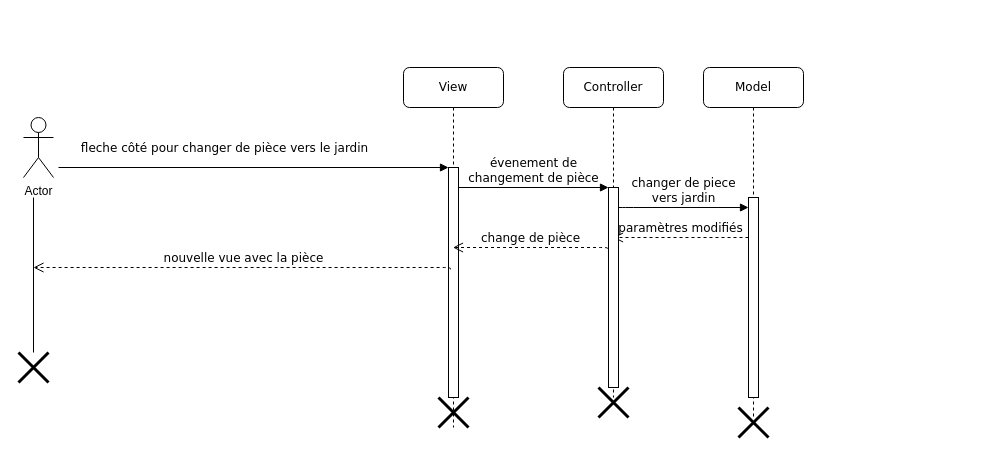
Lunki51/tamagotchi keeps this draw.io diagram as documents/changer_de_lieu.drawio. Above is the earlier version. Source tidied: cells renumbered, new cells numbered last; positions are measured from the earlier drawing's top-left corner, leaving out a move shared by most shapes. Both pictures are drawn from the tidied source at 100%, with x=0, y=0 at pixel (18, 67).
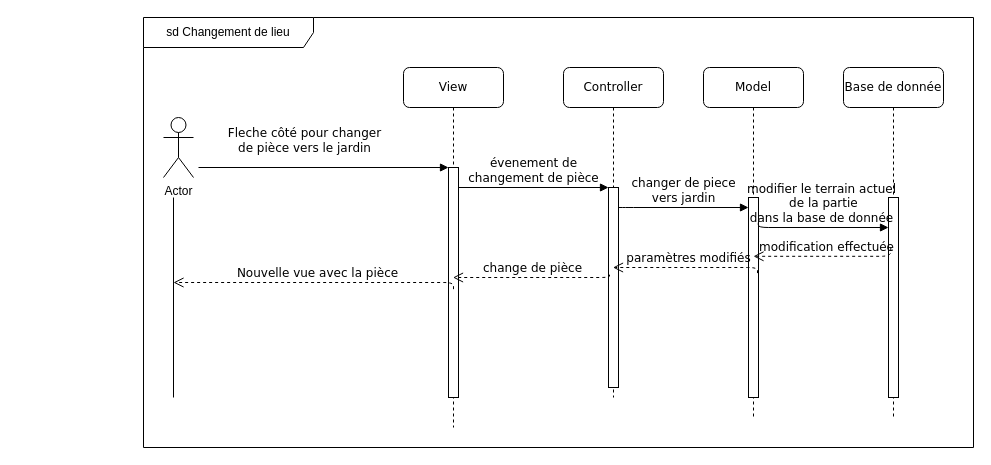
The same diagram, later.

The change refers to these unchanged cells:
```xml
<mxCell id="2" value="View" style="shape=umlLifeline;perimeter=lifelinePerimeter;whiteSpace=wrap;html=1;outlineConnect=0;rounded=1;shadow=0;comic=0;labelBackgroundColor=none;strokeWidth=1;fontFamily=Verdana;fontSize=12;align=center;" parent="1" vertex="1">
  <mxGeometry x="385" width="100" height="360" as="geometry" />
</mxCell>
<mxCell id="3" style="html=1;points=[];perimeter=orthogonalPerimeter;rounded=0;shadow=0;comic=0;labelBackgroundColor=none;strokeWidth=1;fontFamily=Verdana;fontSize=12;align=center;" parent="2" vertex="1">
  <mxGeometry x="45" y="100" width="10" height="230" as="geometry" />
</mxCell>
<mxCell id="6" value="Controller" style="shape=umlLifeline;perimeter=lifelinePerimeter;whiteSpace=wrap;html=1;outlineConnect=0;rounded=1;shadow=0;comic=0;labelBackgroundColor=none;strokeWidth=1;fontFamily=Verdana;fontSize=12;align=center;" parent="1" vertex="1">
  <mxGeometry x="545" width="100" height="330" as="geometry" />
</mxCell>
<mxCell id="7" style="html=1;points=[];perimeter=orthogonalPerimeter;rounded=0;shadow=0;comic=0;labelBackgroundColor=none;strokeWidth=1;fontFamily=Verdana;fontSize=12;align=center;" parent="6" vertex="1">
  <mxGeometry x="45" y="120" width="10" height="200" as="geometry" />
</mxCell>
<mxCell id="9" style="html=1;points=[];perimeter=orthogonalPerimeter;rounded=0;shadow=0;comic=0;labelBackgroundColor=none;strokeWidth=1;fontFamily=Verdana;fontSize=12;align=center;" parent="8" vertex="1">
  <mxGeometry x="45" y="130" width="10" height="200" as="geometry" />
</mxCell>
```

The edit, as a diff of the source:
```diff
@@
-    <mxCell id="4" value="paramètres modifiés" style="html=1;verticalAlign=bottom;endArrow=open;dashed=1;endSize=8;labelBackgroundColor=none;fontFamily=Verdana;fontSize=12;edgeStyle=elbowEdgeStyle;elbow=vertical;" parent="2" edge="1" target="6">
-      <mxGeometry relative="1" as="geometry">
-        <mxPoint x="345" y="170" as="sourcePoint" />
-        <Array as="points">
-          <mxPoint x="205.5" y="170" />
-          <mxPoint x="65.5" y="170" />
-        </Array>
-      </mxGeometry>
-    </mxCell>
-    <mxCell id="5" style="shape=umlDestroy;whiteSpace=wrap;html=1;strokeWidth=3;" parent="2" vertex="1">
-      <mxGeometry x="35" y="330" width="30" height="30" as="geometry" />
-    </mxCell>
@@
-    <mxCell id="11" value="fleche côté pour changer de pièce vers le jardin" style="html=1;verticalAlign=bottom;endArrow=block;entryX=0;entryY=0;labelBackgroundColor=none;fontFamily=Verdana;fontSize=12;edgeStyle=elbowEdgeStyle;elbow=vertical;" parent="1" edge="1" target="3">
+    <mxCell id="11" value="Fleche côté pour changer &lt;br&gt;de pièce vers le jardin" style="html=1;verticalAlign=bottom;endArrow=block;entryX=0;entryY=0;labelBackgroundColor=none;fontFamily=Verdana;fontSize=12;edgeStyle=elbowEdgeStyle;elbow=vertical;" parent="1" edge="1" target="3">
       <mxGeometry x="-0.15" y="10" relative="1" as="geometry">
-        <mxPoint x="40" y="100" as="sourcePoint" />
+        <mxPoint x="180" y="100" as="sourcePoint" />
       </mxGeometry>
     </mxCell>
@@
     <mxCell id="13" value="Actor" style="shape=umlActor;verticalLabelPosition=bottom;verticalAlign=top;html=1;" parent="1" vertex="1">
-      <mxGeometry x="5" y="50" width="30" height="60" as="geometry" />
+      <mxGeometry x="145" y="50" width="30" height="60" as="geometry" />
     </mxCell>
-    <mxCell id="14" style="endArrow=none;html=1;rounded=0;" parent="1" edge="1" source="17">
+    <mxCell id="14" style="endArrow=none;html=1;rounded=0;" parent="1" edge="1">
       <mxGeometry relative="1" as="geometry">
-        <mxPoint x="15" y="130" as="targetPoint" />
+        <mxPoint x="155" y="330" as="sourcePoint" />
+        <mxPoint x="155" y="130" as="targetPoint" />
       </mxGeometry>
     </mxCell>
-    <mxCell id="15" value="change de pièce" style="html=1;verticalAlign=bottom;endArrow=open;dashed=1;endSize=8;labelBackgroundColor=none;fontFamily=Verdana;fontSize=12;edgeStyle=elbowEdgeStyle;elbow=vertical;exitX=-0.1;exitY=0.305;exitDx=0;exitDy=0;exitPerimeter=0;" parent="1" edge="1" source="7" target="2">
+    <mxCell id="15" value="change de pièce" style="html=1;verticalAlign=bottom;endArrow=open;dashed=1;endSize=8;labelBackgroundColor=none;fontFamily=Verdana;fontSize=12;edgeStyle=elbowEdgeStyle;elbow=vertical;exitX=0.1;exitY=0.436;exitDx=0;exitDy=0;exitPerimeter=0;" parent="1" edge="1" source="7" target="2">
       <mxGeometry relative="1" as="geometry">
         <Array as="points">
+          <mxPoint x="455" y="210" />
           <mxPoint x="455" y="180" />
           <mxPoint x="315" y="180" />
         </Array>
       </mxGeometry>
     </mxCell>
-    <mxCell id="16" value="nouvelle vue avec la pièce" style="html=1;verticalAlign=bottom;endArrow=open;dashed=1;endSize=8;labelBackgroundColor=none;fontFamily=Verdana;fontSize=12;edgeStyle=elbowEdgeStyle;elbow=vertical;exitX=0.2;exitY=0.443;exitDx=0;exitDy=0;exitPerimeter=0;" parent="1" edge="1" source="3">
+    <mxCell id="16" value="Nouvelle vue avec la pièce" style="html=1;verticalAlign=bottom;endArrow=open;dashed=1;endSize=8;labelBackgroundColor=none;fontFamily=Verdana;fontSize=12;edgeStyle=elbowEdgeStyle;elbow=vertical;exitX=0.5;exitY=0.529;exitDx=0;exitDy=0;exitPerimeter=0;" parent="1" edge="1" source="3">
       <mxGeometry relative="1" as="geometry">
-        <mxPoint x="15" y="200" as="targetPoint" />
+        <mxPoint x="155" y="215" as="targetPoint" />
         <Array as="points">
+          <mxPoint x="385" y="215" />
+          <mxPoint x="425" y="200" />
           <mxPoint x="285" y="200" />
-          <mxPoint x="145" y="200" />
         </Array>
       </mxGeometry>
     </mxCell>
-    <mxCell id="17" style="shape=umlDestroy;whiteSpace=wrap;html=1;strokeWidth=3;" parent="1" vertex="1">
-      <mxGeometry y="285" width="30" height="30" as="geometry" />
-    </mxCell>
-    <mxCell id="18" style="shape=umlDestroy;whiteSpace=wrap;html=1;strokeWidth=3;" parent="1" vertex="1">
-      <mxGeometry x="580" y="320" width="30" height="30" as="geometry" />
-    </mxCell>
-    <mxCell id="19" style="shape=umlDestroy;whiteSpace=wrap;html=1;strokeWidth=3;" parent="1" vertex="1">
-      <mxGeometry x="720" y="340" width="30" height="30" as="geometry" />
-    </mxCell>
+    <mxCell id="4" value="paramètres modifiés" style="html=1;verticalAlign=bottom;endArrow=open;dashed=1;endSize=8;labelBackgroundColor=none;fontFamily=Verdana;fontSize=12;edgeStyle=elbowEdgeStyle;elbow=vertical;exitX=0.9;exitY=0.378;exitDx=0;exitDy=0;exitPerimeter=0;" parent="1" edge="1" source="9" target="6">
+      <mxGeometry relative="1" as="geometry">
+        <Array as="points">
+          <mxPoint x="635" y="200" />
+          <mxPoint x="590.5" y="170" />
+          <mxPoint x="450.5" y="170" />
+        </Array>
+      </mxGeometry>
+    </mxCell>
+    <mxCell id="20" value="Base de donnée" style="shape=umlLifeline;perimeter=lifelinePerimeter;whiteSpace=wrap;html=1;rounded=1;shadow=0;comic=0;labelBackgroundColor=none;strokeWidth=1;fontFamily=Verdana;fontSize=12;align=center;" parent="1" vertex="1">
+      <mxGeometry x="825" width="100" height="350" as="geometry" />
+    </mxCell>
+    <mxCell id="21" style="html=1;points=[];perimeter=orthogonalPerimeter;rounded=0;shadow=0;comic=0;labelBackgroundColor=none;strokeWidth=1;fontFamily=Verdana;fontSize=12;align=center;" parent="20" vertex="1">
+      <mxGeometry x="45" y="130" width="10" height="200" as="geometry" />
+    </mxCell>
+    <mxCell id="22" value="modifier le terrain actuel&lt;br&gt;&amp;nbsp;de la partie&lt;br&gt;dans la base de donnée" style="html=1;verticalAlign=bottom;endArrow=block;labelBackgroundColor=none;fontFamily=Verdana;fontSize=12;edgeStyle=elbowEdgeStyle;elbow=vertical;exitX=0.98;exitY=0.126;exitDx=0;exitDy=0;exitPerimeter=0;" parent="1" edge="1" source="9" target="21">
+      <mxGeometry relative="1" as="geometry">
+        <Array as="points">
+          <mxPoint x="735" y="160" />
+        </Array>
+      </mxGeometry>
+    </mxCell>
+    <mxCell id="23" value="modification effectuée" style="html=1;verticalAlign=bottom;endArrow=open;dashed=1;endSize=8;labelBackgroundColor=none;fontFamily=Verdana;fontSize=12;edgeStyle=elbowEdgeStyle;elbow=vertical;exitX=0.18;exitY=0.306;exitDx=0;exitDy=0;exitPerimeter=0;" parent="1" edge="1">
+      <mxGeometry relative="1" as="geometry">
+        <mxPoint x="872.3" y="180" as="sourcePoint" />
+        <mxPoint x="735" y="188.8" as="targetPoint" />
+        <Array as="points">
+          <mxPoint x="775.5" y="188.8" />
+          <mxPoint x="731" y="158.8" />
+          <mxPoint x="591" y="158.8" />
+        </Array>
+      </mxGeometry>
+    </mxCell>
+    <mxCell id="24" value="sd Changement de lieu" style="shape=umlFrame;whiteSpace=wrap;html=1;width=170;height=30;" parent="1" vertex="1">
+      <mxGeometry x="125" y="-50" width="830" height="430" as="geometry" />
+    </mxCell>
```
